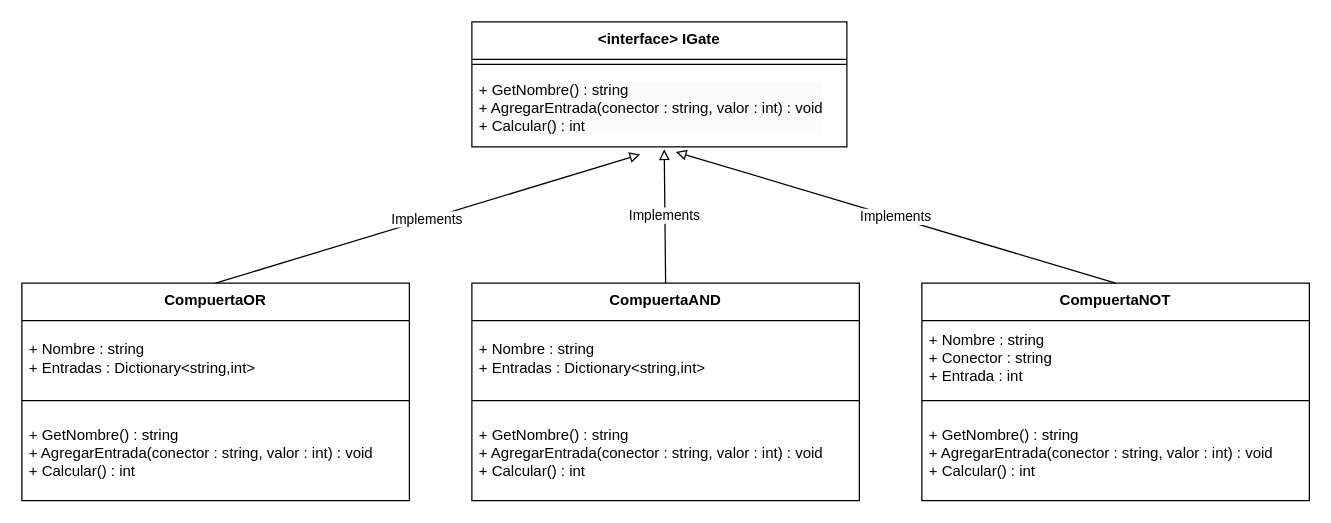
DiegoBar2024/PII_Logic_Gates_Start keeps this draw.io diagram as UML_Gates.drawio. Above is the earlier version. Source tidied: cells renumbered, new cells numbered last; positions are measured from the earlier drawing's top-left corner, leaving out a move shared by most shapes. Both pictures are drawn from the tidied source at 125%, with x=0, y=0 at pixel (21, 21).
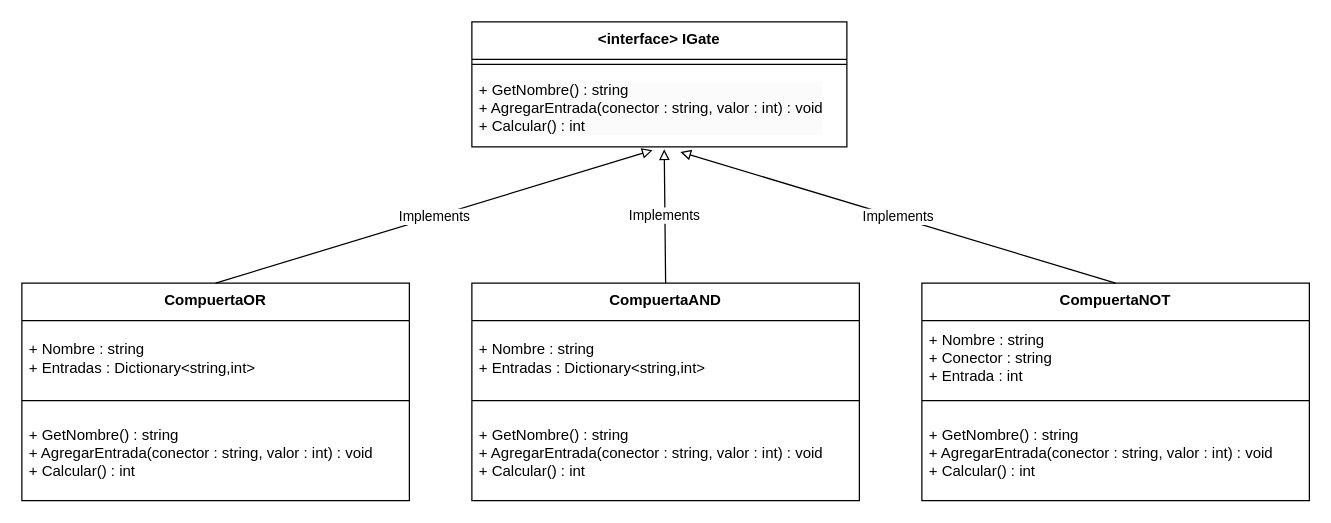
After the change.

Commit message (it also covers changes not shown here):
Agrego clase GarageGate

The edit, as a diff of the source:
```diff
@@
 <mxGraphModel>
   <root>
     <mxCell id="0" />
     <mxCell id="1" parent="0" />
     <mxCell id="2" value="&lt;b&gt;CompuertaOR&lt;/b&gt;" style="swimlane;fontStyle=0;align=center;verticalAlign=top;horizontal=1;startSize=30;html=1;whiteSpace=wrap;" parent="1" vertex="1">
       <mxGeometry y="209" width="310" height="174" as="geometry" />
     </mxCell>
     <mxCell id="3" value="+ Nombre : string&lt;div&gt;+ Entradas : Dictionary&amp;lt;string,int&amp;gt;&lt;/div&gt;" style="text;html=1;strokeColor=none;fillColor=none;align=left;verticalAlign=middle;spacingLeft=4;spacingRight=4;overflow=hidden;whiteSpace=wrap;" parent="2" vertex="1">
       <mxGeometry y="30" width="310" height="60" as="geometry" />
     </mxCell>
     <mxCell id="4" style="line;strokeWidth=1;fillColor=none;align=left;verticalAlign=bottom;spacingTop=-1;spacingLeft=3;spacingRight=3;labelPosition=right;" parent="2" vertex="1">
       <mxGeometry y="90" width="310" height="8" as="geometry" />
     </mxCell>
     <mxCell id="5" value="&lt;div&gt;+ GetNombre() : string&lt;/div&gt;&lt;div&gt;+ AgregarEntrada(conector : string, valor : int) : void&lt;/div&gt;&lt;div&gt;+ Calcular() : int&lt;/div&gt;" style="text;html=1;strokeColor=none;fillColor=none;align=left;verticalAlign=middle;spacingLeft=4;spacingRight=4;overflow=hidden;whiteSpace=wrap;" parent="2" vertex="1">
       <mxGeometry y="98" width="310" height="76" as="geometry" />
     </mxCell>
     <mxCell id="6" value="&lt;b&gt;&amp;lt;interface&amp;gt; IGate&lt;/b&gt;" style="swimlane;fontStyle=0;align=center;verticalAlign=top;horizontal=1;startSize=30;html=1;whiteSpace=wrap;" parent="1" vertex="1">
       <mxGeometry x="360" width="300" height="100" as="geometry" />
     </mxCell>
     <mxCell id="7" style="line;strokeWidth=1;fillColor=none;align=left;verticalAlign=top;spacingTop=-1;spacingLeft=3;spacingRight=3;labelPosition=right;horizontal=1;" parent="6" vertex="1">
       <mxGeometry y="30" width="300" height="8" as="geometry" />
     </mxCell>
     <mxCell id="8" value="&lt;div style=&quot;forced-color-adjust: none; color: rgb(0, 0, 0); font-family: Helvetica; font-size: 12px; font-style: normal; font-variant-ligatures: normal; font-variant-caps: normal; font-weight: 400; letter-spacing: normal; orphans: 2; text-align: left; text-indent: 0px; text-transform: none; widows: 2; word-spacing: 0px; -webkit-text-stroke-width: 0px; white-space: normal; background-color: rgb(251, 251, 251); text-decoration-thickness: initial; text-decoration-style: initial; text-decoration-color: initial;&quot;&gt;+ GetNombre() : string&lt;/div&gt;&lt;div style=&quot;forced-color-adjust: none; color: rgb(0, 0, 0); font-family: Helvetica; font-size: 12px; font-style: normal; font-variant-ligatures: normal; font-variant-caps: normal; font-weight: 400; letter-spacing: normal; orphans: 2; text-align: left; text-indent: 0px; text-transform: none; widows: 2; word-spacing: 0px; -webkit-text-stroke-width: 0px; white-space: normal; background-color: rgb(251, 251, 251); text-decoration-thickness: initial; text-decoration-style: initial; text-decoration-color: initial;&quot;&gt;+ AgregarEntrada(conector : string, valor : int) : void&lt;/div&gt;&lt;div style=&quot;forced-color-adjust: none; color: rgb(0, 0, 0); font-family: Helvetica; font-size: 12px; font-style: normal; font-variant-ligatures: normal; font-variant-caps: normal; font-weight: 400; letter-spacing: normal; orphans: 2; text-align: left; text-indent: 0px; text-transform: none; widows: 2; word-spacing: 0px; -webkit-text-stroke-width: 0px; white-space: normal; background-color: rgb(251, 251, 251); text-decoration-thickness: initial; text-decoration-style: initial; text-decoration-color: initial;&quot;&gt;+ Calcular() : int&lt;/div&gt;" style="text;html=1;strokeColor=none;fillColor=none;align=left;verticalAlign=middle;spacingLeft=4;spacingRight=4;overflow=hidden;points=[[0,0.5],[1,0.5]];portConstraint=eastwest;whiteSpace=wrap;" parent="6" vertex="1">
       <mxGeometry y="38" width="300" height="62" as="geometry" />
     </mxCell>
     <mxCell id="9" value="&lt;b&gt;CompuertaAND&lt;/b&gt;" style="swimlane;fontStyle=0;align=center;verticalAlign=top;horizontal=1;startSize=30;html=1;whiteSpace=wrap;" parent="1" vertex="1">
       <mxGeometry x="360" y="209" width="310" height="174" as="geometry" />
     </mxCell>
     <mxCell id="10" value="+ Nombre : string&lt;div&gt;+ Entradas : Dictionary&amp;lt;string,int&amp;gt;&lt;/div&gt;" style="text;html=1;strokeColor=none;fillColor=none;align=left;verticalAlign=middle;spacingLeft=4;spacingRight=4;overflow=hidden;whiteSpace=wrap;" parent="9" vertex="1">
       <mxGeometry y="30" width="310" height="60" as="geometry" />
     </mxCell>
     <mxCell id="11" style="line;strokeWidth=1;fillColor=none;align=left;verticalAlign=bottom;spacingTop=-1;spacingLeft=3;spacingRight=3;labelPosition=right;" parent="9" vertex="1">
       <mxGeometry y="90" width="310" height="8" as="geometry" />
     </mxCell>
     <mxCell id="12" value="&lt;div&gt;+ GetNombre() : string&lt;/div&gt;&lt;div&gt;+ AgregarEntrada(conector : string, valor : int) : void&lt;/div&gt;&lt;div&gt;+ Calcular() : int&lt;/div&gt;" style="text;html=1;strokeColor=none;fillColor=none;align=left;verticalAlign=middle;spacingLeft=4;spacingRight=4;overflow=hidden;whiteSpace=wrap;" parent="9" vertex="1">
       <mxGeometry y="98" width="310" height="76" as="geometry" />
     </mxCell>
     <mxCell id="13" value="&lt;b&gt;CompuertaNOT&lt;/b&gt;" style="swimlane;fontStyle=0;align=center;verticalAlign=top;horizontal=1;startSize=30;html=1;whiteSpace=wrap;" parent="1" vertex="1">
       <mxGeometry x="720" y="209" width="310" height="174" as="geometry" />
     </mxCell>
     <mxCell id="14" value="+ Nombre : string&lt;div&gt;+ Conector : string&lt;/div&gt;&lt;div&gt;+ Entrada : int&lt;/div&gt;" style="text;html=1;strokeColor=none;fillColor=none;align=left;verticalAlign=middle;spacingLeft=4;spacingRight=4;overflow=hidden;whiteSpace=wrap;" parent="13" vertex="1">
       <mxGeometry y="30" width="310" height="60" as="geometry" />
     </mxCell>
     <mxCell id="15" style="line;strokeWidth=1;fillColor=none;align=left;verticalAlign=bottom;spacingTop=-1;spacingLeft=3;spacingRight=3;labelPosition=right;" parent="13" vertex="1">
       <mxGeometry y="90" width="310" height="8" as="geometry" />
     </mxCell>
     <mxCell id="16" value="&lt;div&gt;+ GetNombre() : string&lt;/div&gt;&lt;div&gt;+ AgregarEntrada(conector : string, valor : int) : void&lt;/div&gt;&lt;div&gt;+ Calcular() : int&lt;/div&gt;" style="text;html=1;strokeColor=none;fillColor=none;align=left;verticalAlign=middle;spacingLeft=4;spacingRight=4;overflow=hidden;whiteSpace=wrap;" parent="13" vertex="1">
       <mxGeometry y="98" width="310" height="76" as="geometry" />
     </mxCell>
-    <mxCell id="17" value="Implements" style="endArrow=block;html=1;rounded=0;exitX=0.5;exitY=0;exitDx=0;exitDy=0;endFill=0;entryX=0.449;entryY=1.097;entryDx=0;entryDy=0;entryPerimeter=0;" parent="1" edge="1" source="2" target="8">
+    <mxCell id="17" value="Implements" style="endArrow=block;html=1;rounded=0;exitX=0.5;exitY=0;exitDx=0;exitDy=0;endFill=0;entryX=0.482;entryY=1.043;entryDx=0;entryDy=0;entryPerimeter=0;" parent="1" edge="1" source="2" target="8">
       <mxGeometry relative="1" as="geometry" />
     </mxCell>
     <mxCell id="18" value="Implements" style="endArrow=block;html=1;rounded=0;exitX=0.5;exitY=0;exitDx=0;exitDy=0;entryX=0.513;entryY=1.032;entryDx=0;entryDy=0;entryPerimeter=0;endFill=0;" parent="1" edge="1" source="9" target="8">
       <mxGeometry relative="1" as="geometry" />
     </mxCell>
-    <mxCell id="19" value="Implements" style="endArrow=block;html=1;rounded=0;exitX=0.5;exitY=0;exitDx=0;exitDy=0;entryX=0.544;entryY=1.065;entryDx=0;entryDy=0;entryPerimeter=0;endFill=0;" parent="1" edge="1" source="13" target="8">
+    <mxCell id="19" value="Implements" style="endArrow=block;html=1;rounded=0;exitX=0.5;exitY=0;exitDx=0;exitDy=0;entryX=0.556;entryY=1.065;entryDx=0;entryDy=0;entryPerimeter=0;endFill=0;" parent="1" edge="1" source="13" target="8">
       <mxGeometry relative="1" as="geometry" />
     </mxCell>
   </root>
 </mxGraphModel>
```
